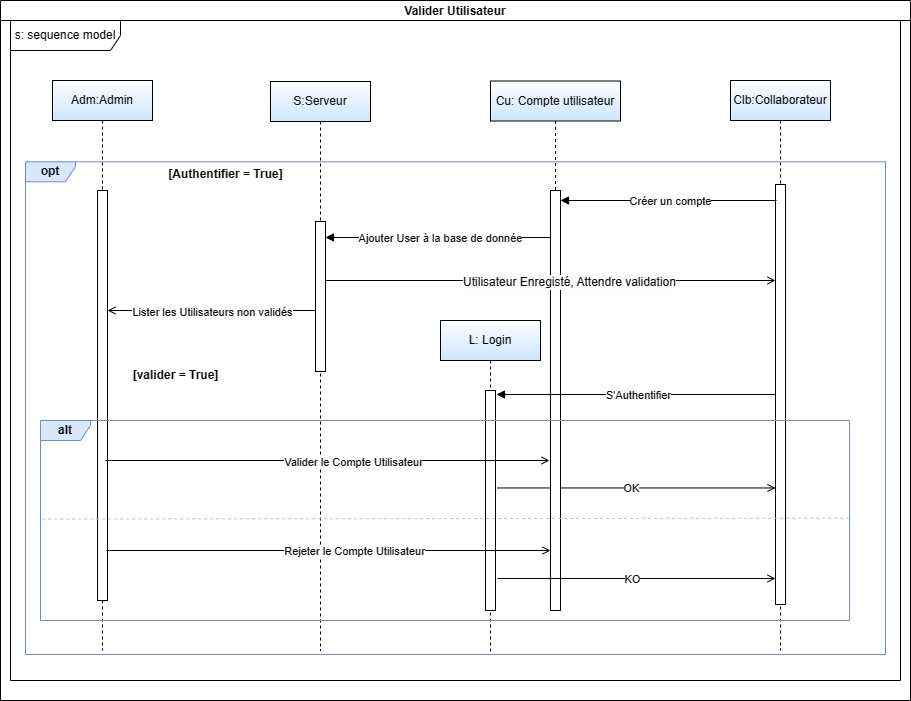
Above: ValiderUser.drawio.png in BARIGOU-Imane/Gestion-des-Ordres-de-Mission (draw.io), before the change. Source tidied: cells renumbered, new cells last; positions are measured from the earlier drawing's top-left corner, leaving out a move shared by most shapes.
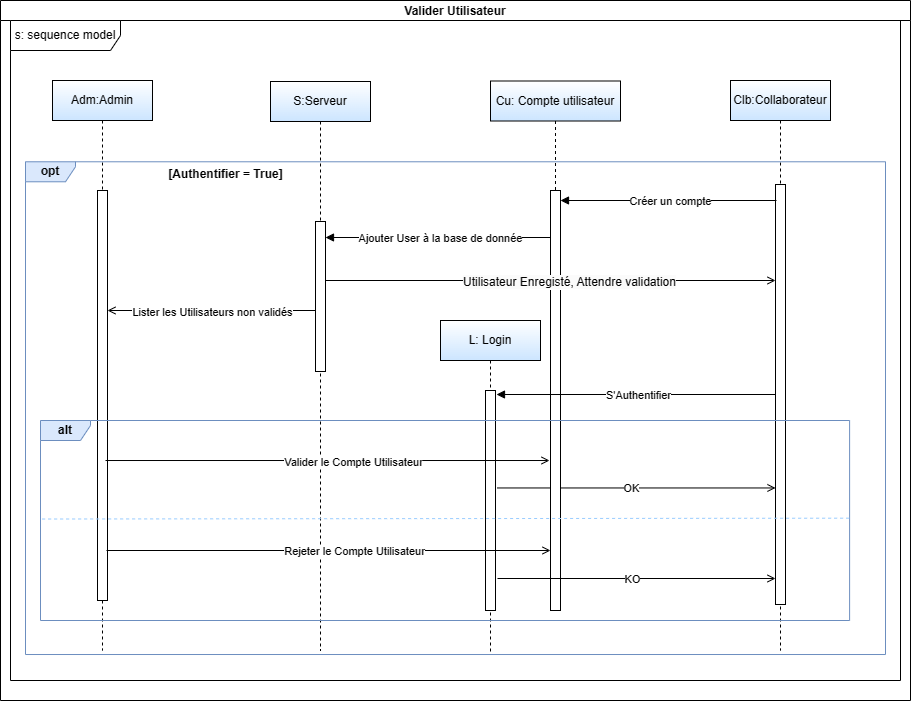
After the change.

Commit message:
Mettre à jour ValiderUser.drawio.png

What changed in the source:
```diff
@@ -32,9 +32,6 @@
     <mxCell id="10" style="html=1;points=[];perimeter=orthogonalPerimeter;outlineConnect=0;targetShapes=umlLifeline;portConstraint=eastwest;newEdgeStyle={&quot;edgeStyle&quot;:&quot;elbowEdgeStyle&quot;,&quot;elbow&quot;:&quot;vertical&quot;,&quot;curved&quot;:0,&quot;rounded&quot;:0};" parent="9" vertex="1">
       <mxGeometry x="45" y="70" width="10" height="220" as="geometry" />
     </mxCell>
-    <mxCell id="11" value="&lt;b&gt;[valider = True]&lt;/b&gt;" style="text;html=1;align=center;verticalAlign=middle;strokeColor=none;fillColor=none;" parent="1" vertex="1">
-      <mxGeometry x="120" y="360" width="110" height="30" as="geometry" />
-    </mxCell>
     <mxCell id="12" style="endArrow=open;endFill=1;html=1;rounded=0;exitX=1.175;exitY=0.443;exitDx=0;exitDy=0;exitPerimeter=0;" parent="1" edge="1" source="10" target="7">
       <mxGeometry relative="1" as="geometry" />
     </mxCell>
```
